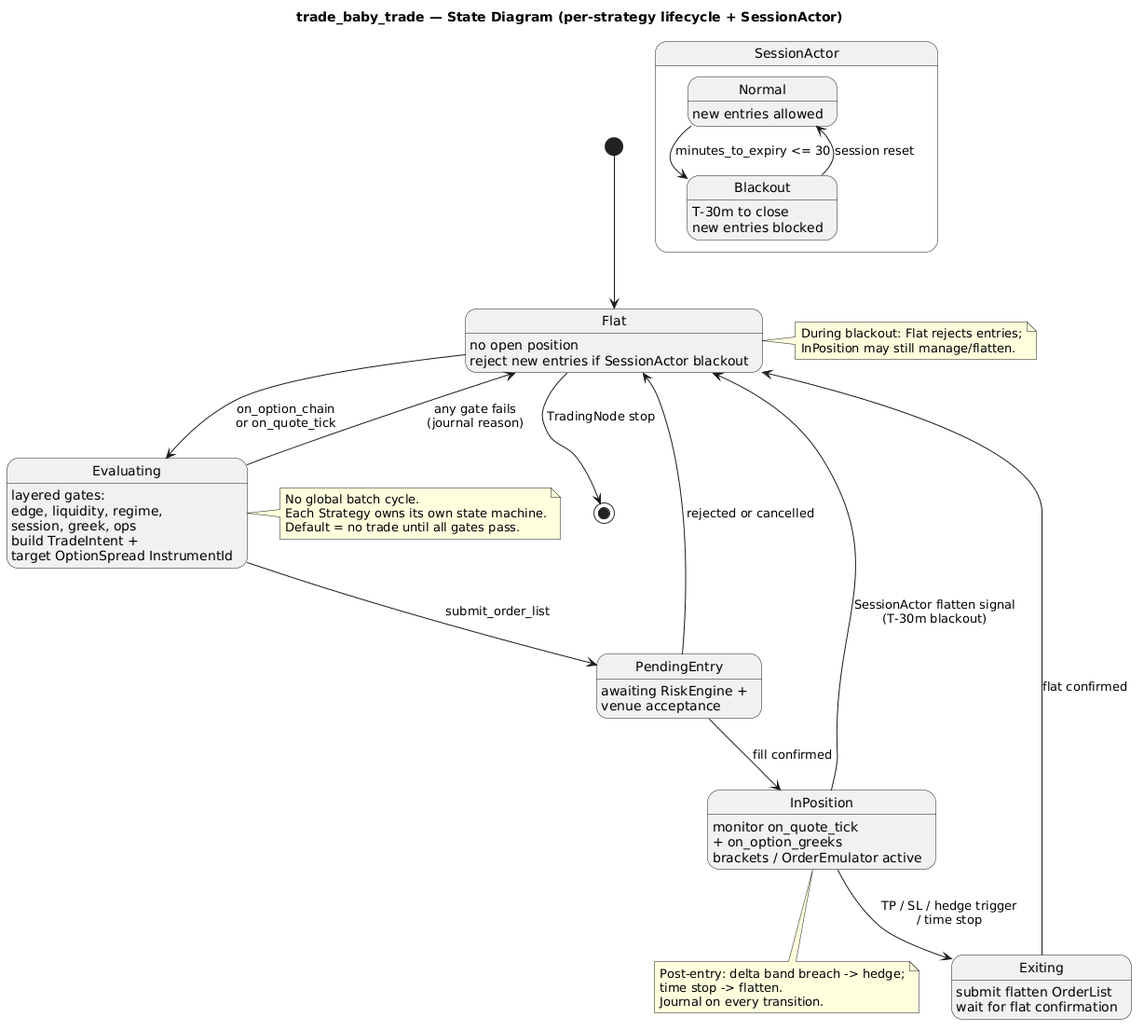
abhushansahu/nautilus-quant-scaffold keeps this PlantUML diagram as docs/design/state-diagram.png. Above is the earlier version.
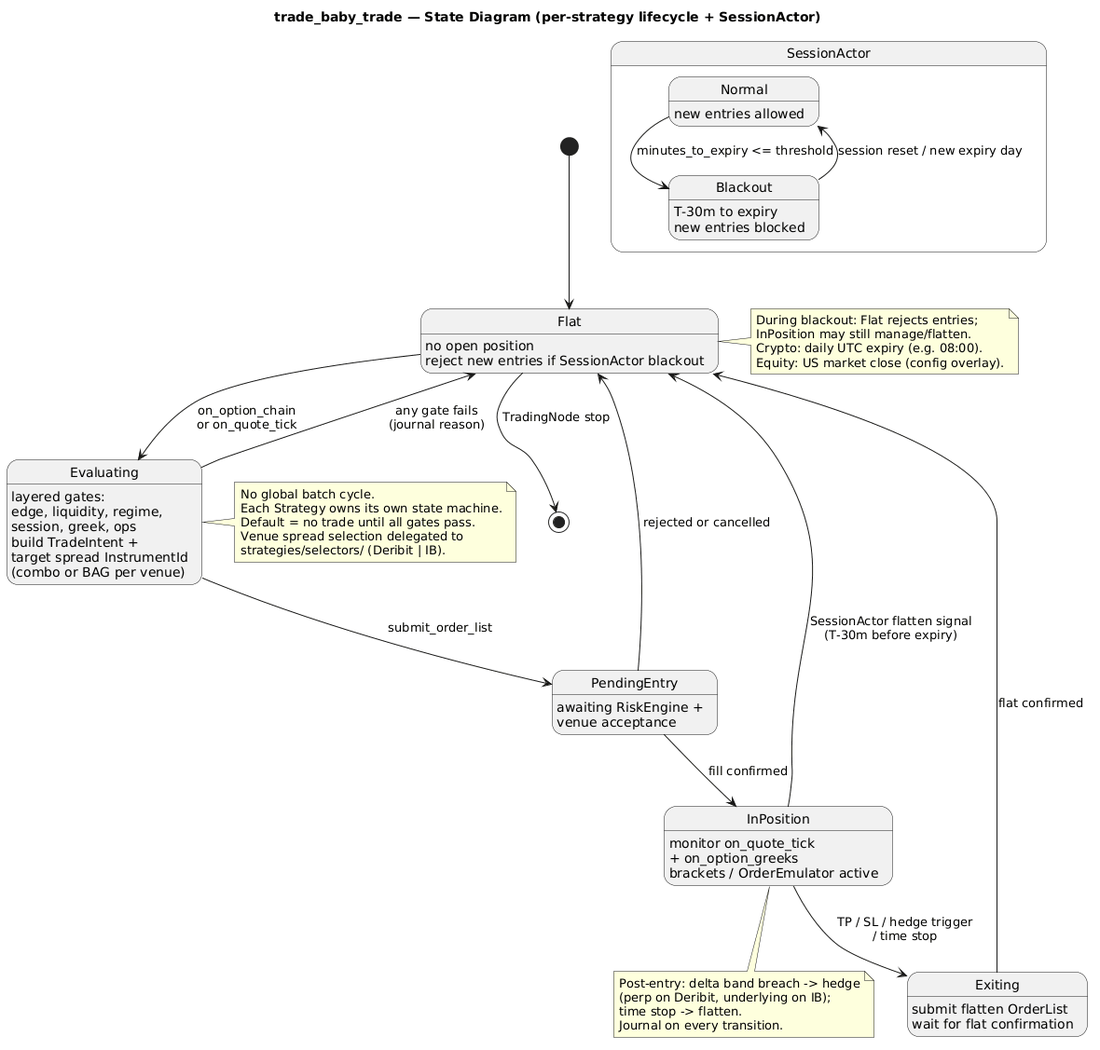
After the commit.

The edit, as a diff of the source:
```diff
@@ -12,7 +12,7 @@
 
 state Evaluating {
   Evaluating : layered gates:\nedge, liquidity, regime,\nsession, greek, ops
-  Evaluating : build TradeIntent +\ntarget OptionSpread InstrumentId
+  Evaluating : build TradeIntent +\ntarget spread InstrumentId\n(combo or BAG per venue)
 }
 
 Evaluating --> Flat : any gate fails\n(journal reason)
@@ -31,7 +31,7 @@
 }
 
 InPosition --> Exiting : TP / SL / hedge trigger\n/ time stop
-InPosition --> Flat : SessionActor flatten signal\n(T-30m blackout)
+InPosition --> Flat : SessionActor flatten signal\n(T-30m before expiry)
 
 state Exiting {
   Exiting : submit flatten OrderList
@@ -46,24 +46,29 @@
   state "Normal" as SAN
   state "Blackout" as SAB
   SAN : new entries allowed
-  SAB : T-30m to close\nnew entries blocked
-  SAN --> SAB : minutes_to_expiry <= 30
-  SAB --> SAN : session reset
+  SAB : T-30m to expiry\nnew entries blocked
+  SAN --> SAB : minutes_to_expiry <= threshold
+  SAB --> SAN : session reset / new expiry day
 }
 
 note right of Flat
   During blackout: Flat rejects entries;
   InPosition may still manage/flatten.
+  Crypto: daily UTC expiry (e.g. 08:00).
+  Equity: US market close (config overlay).
 end note
 
 note right of Evaluating
   No global batch cycle.
   Each Strategy owns its own state machine.
   Default = no trade until all gates pass.
+  Venue spread selection delegated to
+  strategies/selectors/ (Deribit | IB).
 end note
 
 note bottom of InPosition
-  Post-entry: delta band breach -> hedge;
+  Post-entry: delta band breach -> hedge
+  (perp on Deribit, underlying on IB);
   time stop -> flatten.
   Journal on every transition.
 end note
```
